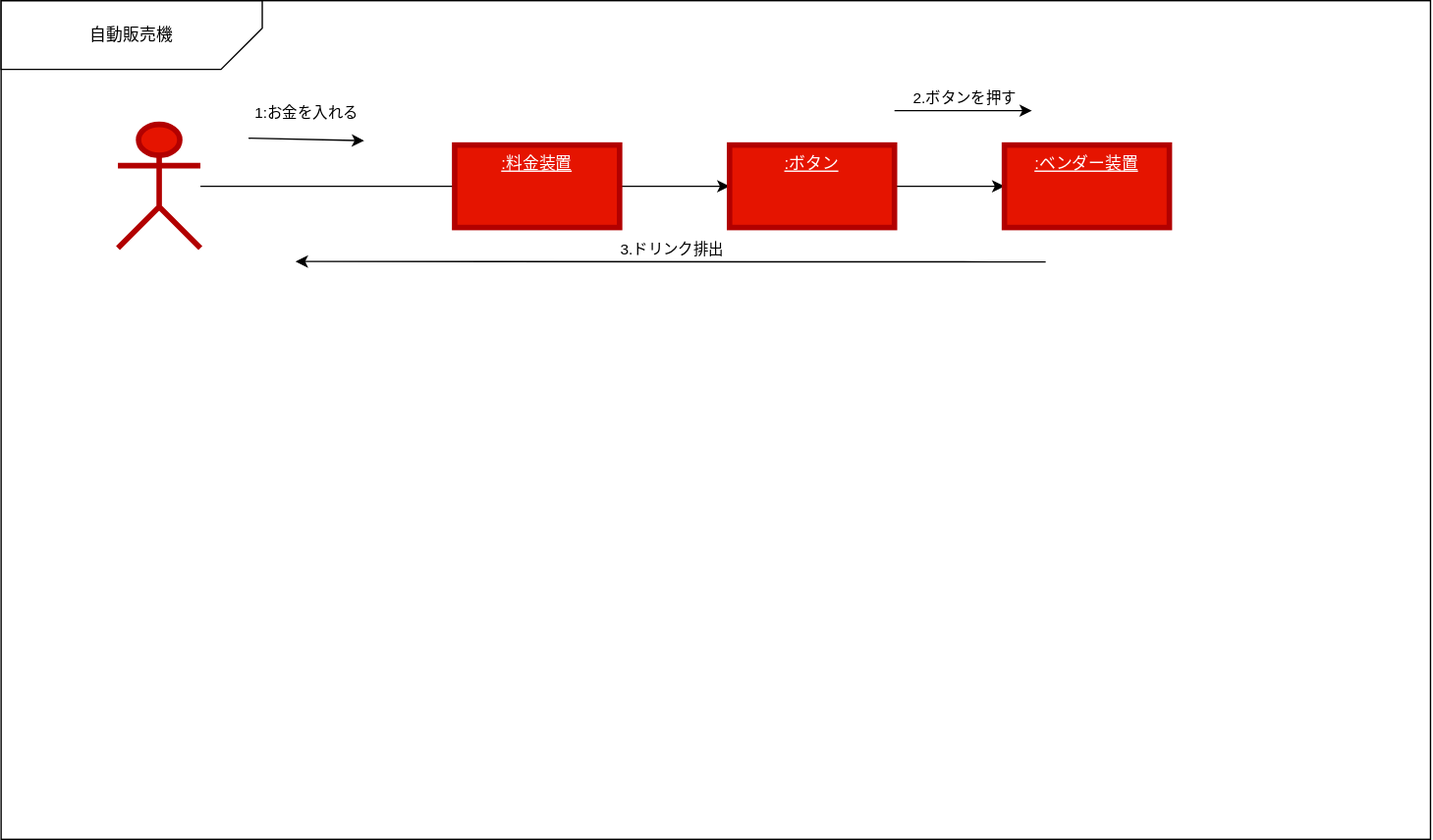
The draw.io diagram 演習６/演習6-4-4_コミュニケーション図_自動販売機.drawio.svg in Kuya0307/unl-introduction, before a commit. Source tidied: cells renumbered, new cells last; positions are measured from the earlier drawing's top-left corner, leaving out a move shared by most shapes.
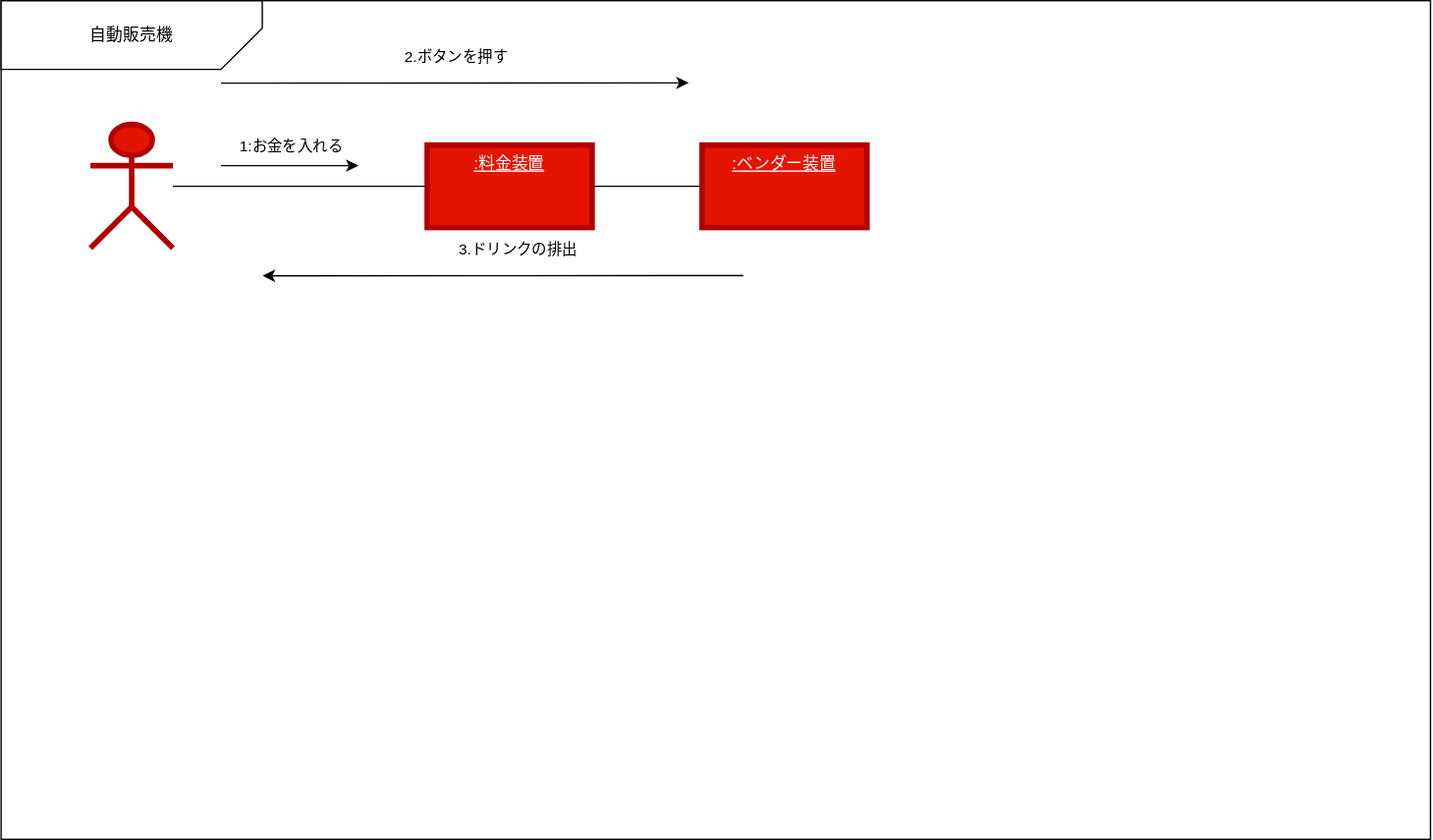
Later version of the same file.

Diff of the diagram source:
```diff
@@ -3,10 +3,10 @@
     <mxCell id="0" />
     <mxCell id="1" parent="0" />
     <mxCell id="2" style="rounded=0;whiteSpace=wrap;html=1;" parent="1" vertex="1">
-      <mxGeometry width="1040" height="610" as="geometry" />
+      <mxGeometry x="20" width="1040" height="610" as="geometry" />
     </mxCell>
     <mxCell id="3" value="自動販売機" style="shape=card;whiteSpace=wrap;html=1;direction=west;rotation=0;" parent="1" vertex="1">
-      <mxGeometry width="190" height="50" as="geometry" />
+      <mxGeometry x="20" width="190" height="50" as="geometry" />
     </mxCell>
     <mxCell id="4" style="edgeStyle=none;html=1;endArrow=none;endFill=0;" parent="1" edge="1" source="5" target="7">
       <mxGeometry relative="1" as="geometry" />
@@ -14,57 +14,53 @@
     <mxCell id="5" value=":客" style="shape=umlActor;verticalLabelPosition=bottom;verticalAlign=top;html=1;outlineConnect=0;fillColor=#e51400;fillStyle=auto;fontColor=#ffffff;strokeColor=#B20000;strokeWidth=4;" parent="1" vertex="1">
       <mxGeometry x="85" y="90" width="60" height="90" as="geometry" />
     </mxCell>
-    <mxCell id="6" style="edgeStyle=none;html=1;" parent="1" edge="1" source="7" target="11">
-      <mxGeometry relative="1" as="geometry" />
+    <mxCell id="6" style="edgeStyle=none;html=1;endArrow=none;endFill=0;" parent="1" edge="1" source="7">
+      <mxGeometry relative="1" as="geometry">
+        <mxPoint x="530" y="135" as="targetPoint" />
+      </mxGeometry>
     </mxCell>
     <mxCell id="7" value="&lt;u&gt;:料金装置&lt;/u&gt;" style="whiteSpace=wrap;html=1;verticalAlign=top;fillColor=#e51400;strokeColor=#B20000;fontColor=#ffffff;fillStyle=auto;strokeWidth=4;" parent="1" vertex="1">
       <mxGeometry x="330" y="105" width="120" height="60" as="geometry" />
     </mxCell>
-    <mxCell id="8" style="endArrow=classic;html=1;entryX=0.254;entryY=0.167;entryDx=0;entryDy=0;entryPerimeter=0;" parent="1" edge="1" target="2">
+    <mxCell id="8" style="endArrow=classic;html=1;jumpSize=6;endSize=6;entryX=0.481;entryY=0.098;entryDx=0;entryDy=0;entryPerimeter=0;" parent="1" edge="1" target="2">
       <mxGeometry relative="1" as="geometry">
-        <mxPoint x="180" y="100" as="sourcePoint" />
+        <mxPoint x="180" y="60" as="sourcePoint" />
       </mxGeometry>
     </mxCell>
     <mxCell id="9" value="1:お金を入れる" style="edgeLabel;html=1;align=center;verticalAlign=middle;fillStyle=auto;strokeWidth=4;gradientColor=none;" parent="8" vertex="1">
       <mxGeometry relative="1" as="geometry">
-        <mxPoint y="-20" as="offset" />
+        <mxPoint x="-120" y="45" as="offset" />
       </mxGeometry>
     </mxCell>
-    <mxCell id="10" style="edgeStyle=none;html=1;" parent="1" edge="1" source="11" target="12">
-      <mxGeometry relative="1" as="geometry" />
-    </mxCell>
-    <mxCell id="11" value="&lt;u&gt;:ボタン&lt;br&gt;&lt;br&gt;&lt;/u&gt;" style="whiteSpace=wrap;html=1;verticalAlign=top;fillColor=#e51400;strokeColor=#B20000;fontColor=#ffffff;fillStyle=auto;strokeWidth=4;" parent="1" vertex="1">
-      <mxGeometry x="530" y="105" width="120" height="60" as="geometry" />
-    </mxCell>
     <mxCell id="12" value="&lt;u&gt;:ベンダー装置&lt;/u&gt;" style="whiteSpace=wrap;html=1;verticalAlign=top;fillColor=#e51400;strokeColor=#B20000;fontColor=#ffffff;fillStyle=auto;strokeWidth=4;" parent="1" vertex="1">
-      <mxGeometry x="730" y="105" width="120" height="60" as="geometry" />
+      <mxGeometry x="530" y="105" width="120" height="60" as="geometry" />
     </mxCell>
     <mxCell id="13" style="endArrow=classic;html=1;" parent="1" edge="1">
       <mxGeometry relative="1" as="geometry">
-        <mxPoint x="650" y="80" as="sourcePoint" />
-        <mxPoint x="750" y="80" as="targetPoint" />
+        <mxPoint x="180" y="120" as="sourcePoint" />
+        <mxPoint x="280" y="120" as="targetPoint" />
         <Array as="points">
-          <mxPoint x="700" y="80" />
+          <mxPoint x="230" y="120" />
         </Array>
       </mxGeometry>
     </mxCell>
     <mxCell id="14" value="2.ボタンを押す" style="edgeLabel;html=1;align=center;verticalAlign=middle;" parent="13" vertex="1">
       <mxGeometry relative="1" as="geometry">
-        <mxPoint y="-10" as="offset" />
+        <mxPoint x="120" y="-80" as="offset" />
       </mxGeometry>
     </mxCell>
-    <mxCell id="15" style="endArrow=none;html=1;endFill=0;startArrow=classic;startFill=1;exitX=0.206;exitY=0.311;exitDx=0;exitDy=0;exitPerimeter=0;" parent="1" edge="1" source="2">
-      <mxGeometry relative="1" as="geometry">
-        <mxPoint x="760" y="190" as="targetPoint" />
-        <Array as="points">
-          <mxPoint x="710" y="190" />
-        </Array>
-      </mxGeometry>
-    </mxCell>
-    <mxCell id="16" value="3.ドリンク排出" style="edgeLabel;html=1;align=center;verticalAlign=middle;" parent="15" vertex="1">
-      <mxGeometry relative="1" as="geometry">
-        <mxPoint y="-10" as="offset" />
-      </mxGeometry>
-    </mxCell>
+    <mxCell id="17" style="endArrow=none;html=1;endFill=0;startArrow=classic;startFill=1;exitX=0.183;exitY=0.328;exitDx=0;exitDy=0;exitPerimeter=0;" parent="1" edge="1" source="2">
+      <mxGeometry relative="1" as="geometry">
+        <mxPoint x="560" y="200" as="targetPoint" />
+        <Array as="points">
+          <mxPoint x="510" y="200" />
+        </Array>
+      </mxGeometry>
+    </mxCell>
+    <mxCell id="18" value="3.ドリンクの排出" style="edgeLabel;html=1;align=center;verticalAlign=middle;" parent="17" vertex="1">
+      <mxGeometry relative="1" as="geometry">
+        <mxPoint x="10" y="-20" as="offset" />
+      </mxGeometry>
+    </mxCell>
   </root>
 </mxGraphModel>
```
